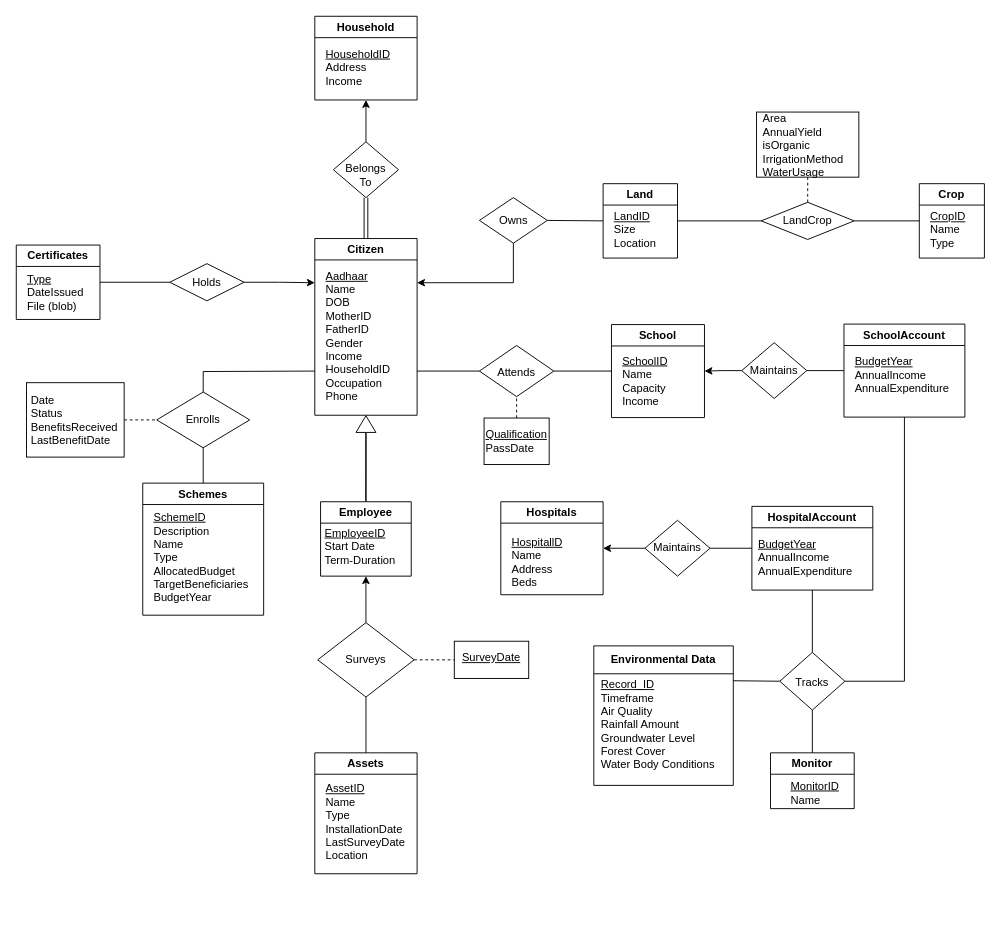
This is Entity_Relation_Diagram.drawio from RG-04/Gram-Panchayat-Management-System, a draw.io file, before an edit. Source tidied: cells renumbered, new cells numbered last; positions are measured from the earlier drawing's top-left corner, leaving out a move shared by most shapes. Both pictures are drawn from the tidied source at 93%, with x=0, y=0 at pixel (16, 16).
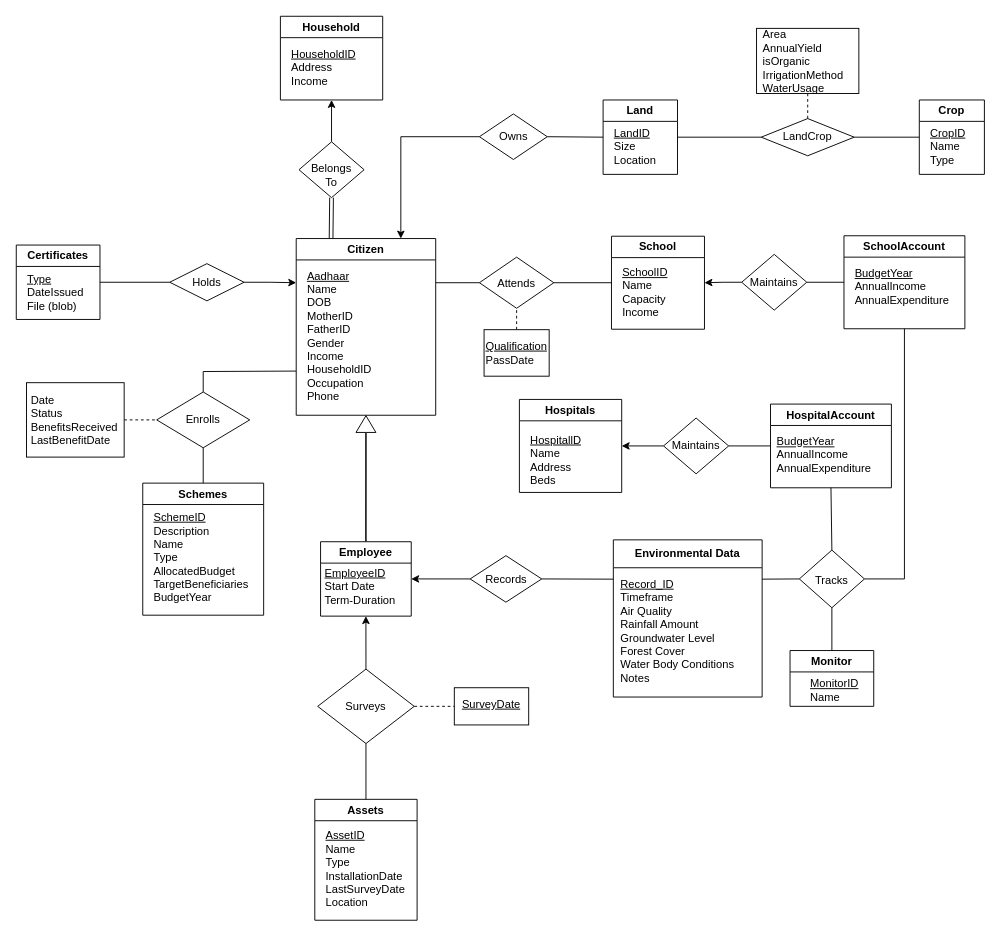
The same diagram, later.

Change to the diagram source:
```diff
@@
     <mxCell id="2" value="Citizen" style="swimlane;whiteSpace=wrap;html=1;" parent="1" vertex="1">
-      <mxGeometry x="321" y="239" width="110" height="190" as="geometry" />
+      <mxGeometry x="301" y="239" width="150" height="190" as="geometry" />
     </mxCell>
@@
     <mxCell id="4" value="Land" style="swimlane;whiteSpace=wrap;html=1;" parent="1" vertex="1">
-      <mxGeometry x="631" y="180" width="80" height="80" as="geometry" />
+      <mxGeometry x="631" y="90" width="80" height="80" as="geometry" />
     </mxCell>
@@
     <mxCell id="6" value="Household" style="swimlane;whiteSpace=wrap;html=1;" parent="1" vertex="1">
-      <mxGeometry x="321" width="110" height="90" as="geometry" />
+      <mxGeometry x="284" width="110" height="90" as="geometry" />
     </mxCell>
@@
     <mxCell id="8" value="School" style="swimlane;whiteSpace=wrap;html=1;" parent="1" vertex="1">
-      <mxGeometry x="640" y="331.5" width="100" height="100" as="geometry" />
+      <mxGeometry x="640" y="236.5" width="100" height="100" as="geometry" />
     </mxCell>
@@
     <mxCell id="10" value="Crop" style="swimlane;whiteSpace=wrap;html=1;" parent="1" vertex="1">
-      <mxGeometry x="971" y="180" width="70" height="80" as="geometry" />
+      <mxGeometry x="971" y="90" width="70" height="80" as="geometry" />
     </mxCell>
@@
     <mxCell id="12" value="SchoolAccount" style="swimlane;whiteSpace=wrap;html=1;" parent="1" vertex="1">
-      <mxGeometry x="890" y="331" width="130" height="100" as="geometry" />
+      <mxGeometry x="890" y="236" width="130" height="100" as="geometry" />
     </mxCell>
@@
     <mxCell id="14" value="HospitalAccount" style="swimlane;whiteSpace=wrap;html=1;" parent="1" vertex="1">
-      <mxGeometry x="791" y="527" width="130" height="90" as="geometry" />
+      <mxGeometry x="811" y="417" width="130" height="90" as="geometry" />
     </mxCell>
@@
     <mxCell id="16" value="Hospitals" style="swimlane;whiteSpace=wrap;html=1;" parent="1" vertex="1">
-      <mxGeometry x="521" y="522" width="110" height="100" as="geometry" />
+      <mxGeometry x="541" y="412" width="110" height="100" as="geometry" />
     </mxCell>
@@
     <mxCell id="20" value="Assets" style="swimlane;whiteSpace=wrap;html=1;startSize=23;" parent="1" vertex="1">
-      <mxGeometry x="321" y="792" width="110" height="130" as="geometry" />
+      <mxGeometry x="321" y="842" width="110" height="130" as="geometry" />
     </mxCell>
@@
     <mxCell id="22" value="Employee" style="swimlane;whiteSpace=wrap;html=1;" parent="1" vertex="1">
-      <mxGeometry x="327.2" y="522" width="97.5" height="80" as="geometry" />
+      <mxGeometry x="327.2" y="565" width="97.5" height="80" as="geometry" />
     </mxCell>
@@
     <mxCell id="25" style="rhombus;whiteSpace=wrap;html=1;" parent="1" vertex="1">
-      <mxGeometry x="801" y="200" width="100" height="40" as="geometry" />
+      <mxGeometry x="801" y="110" width="100" height="40" as="geometry" />
     </mxCell>
     <mxCell id="26" value="LandCrop" style="text;html=1;align=center;verticalAlign=middle;whiteSpace=wrap;rounded=0;" parent="1" vertex="1">
-      <mxGeometry x="821" y="210" width="60" height="20" as="geometry" />
+      <mxGeometry x="821" y="120" width="60" height="20" as="geometry" />
     </mxCell>
@@
     <mxCell id="30" style="rounded=0;whiteSpace=wrap;html=1;" parent="1" vertex="1">
-      <mxGeometry x="796" y="103" width="110" height="70" as="geometry" />
+      <mxGeometry x="796" y="13" width="110" height="70" as="geometry" />
     </mxCell>
     <mxCell id="31" value="&lt;div&gt;Area&lt;/div&gt;&lt;div&gt;&lt;span style=&quot;background-color: transparent; color: light-dark(rgb(0, 0, 0), rgb(255, 255, 255));&quot;&gt;AnnualYield&lt;/span&gt;&lt;/div&gt;&lt;div&gt;&lt;span style=&quot;background-color: transparent; color: light-dark(rgb(0, 0, 0), rgb(255, 255, 255));&quot;&gt;isOrganic&lt;/span&gt;&lt;/div&gt;&lt;div&gt;&lt;span style=&quot;background-color: transparent; color: light-dark(rgb(0, 0, 0), rgb(255, 255, 255));&quot;&gt;IrrigationMethod&lt;/span&gt;&lt;/div&gt;&lt;div&gt;&lt;span style=&quot;background-color: transparent; color: light-dark(rgb(0, 0, 0), rgb(255, 255, 255));&quot;&gt;WaterUsage&lt;/span&gt;&lt;/div&gt;&lt;div&gt;&lt;br&gt;&lt;/div&gt;" style="text;html=1;align=left;verticalAlign=middle;whiteSpace=wrap;rounded=0;" parent="1" vertex="1">
-      <mxGeometry x="801" y="118" width="100" height="55" as="geometry" />
+      <mxGeometry x="801" y="28" width="100" height="55" as="geometry" />
     </mxCell>
@@
     <mxCell id="33" style="rhombus;whiteSpace=wrap;html=1;" parent="1" vertex="1">
-      <mxGeometry x="324.1" y="652" width="103.8" height="80" as="geometry" />
+      <mxGeometry x="324.1" y="702" width="103.8" height="80" as="geometry" />
     </mxCell>
     <mxCell id="34" value="&lt;div&gt;Surveys&lt;/div&gt;" style="text;html=1;align=center;verticalAlign=middle;whiteSpace=wrap;rounded=0;" parent="1" vertex="1">
-      <mxGeometry x="341.9" y="674.5" width="68.1" height="35" as="geometry" />
+      <mxGeometry x="341.9" y="724.5" width="68.1" height="35" as="geometry" />
     </mxCell>
@@
     <mxCell id="36" style="rounded=0;whiteSpace=wrap;html=1;" parent="1" vertex="1">
-      <mxGeometry x="471" y="672" width="80" height="40" as="geometry" />
+      <mxGeometry x="471" y="722" width="80" height="40" as="geometry" />
     </mxCell>
     <mxCell id="37" value="&lt;u&gt;SurveyDate&lt;/u&gt;" style="text;html=1;align=center;verticalAlign=middle;whiteSpace=wrap;rounded=0;" parent="1" vertex="1">
-      <mxGeometry x="481" y="674.5" width="60" height="30" as="geometry" />
+      <mxGeometry x="481" y="724.5" width="60" height="30" as="geometry" />
     </mxCell>
@@
     <mxCell id="39" style="rhombus;whiteSpace=wrap;html=1;" parent="1" vertex="1">
-      <mxGeometry x="780" y="351" width="70" height="60" as="geometry" />
+      <mxGeometry x="780" y="256" width="70" height="60" as="geometry" />
     </mxCell>
     <mxCell id="40" value="Maintains" style="text;html=1;align=center;verticalAlign=middle;whiteSpace=wrap;rounded=0;" parent="1" vertex="1">
-      <mxGeometry x="785" y="366" width="60" height="30" as="geometry" />
+      <mxGeometry x="785" y="271" width="60" height="30" as="geometry" />
     </mxCell>
@@
     <mxCell id="43" style="rhombus;whiteSpace=wrap;html=1;" parent="1" vertex="1">
-      <mxGeometry x="676" y="542" width="70" height="60" as="geometry" />
+      <mxGeometry x="696" y="432" width="70" height="60" as="geometry" />
     </mxCell>
     <mxCell id="44" value="Maintains" style="text;html=1;align=center;verticalAlign=middle;whiteSpace=wrap;rounded=0;" parent="1" vertex="1">
-      <mxGeometry x="681" y="557" width="60" height="30" as="geometry" />
+      <mxGeometry x="701" y="447" width="60" height="30" as="geometry" />
     </mxCell>
@@
     <mxCell id="47" style="rhombus;whiteSpace=wrap;html=1;" parent="1" vertex="1">
-      <mxGeometry x="341" y="135" width="70" height="60" as="geometry" />
+      <mxGeometry x="304" y="135" width="70" height="60" as="geometry" />
     </mxCell>
     <mxCell id="48" value="Belongs To" style="text;html=1;align=center;verticalAlign=middle;whiteSpace=wrap;rounded=0;" parent="1" vertex="1">
-      <mxGeometry x="346" y="156" width="60" height="30" as="geometry" />
+      <mxGeometry x="309" y="156" width="60" height="30" as="geometry" />
     </mxCell>
-    <mxCell id="49" style="shape=link;html=1;rounded=0;exitX=0.5;exitY=0;exitDx=0;exitDy=0;entryX=0.5;entryY=1;entryDx=0;entryDy=0;" parent="1" edge="1" source="2" target="47">
+    <mxCell id="49" style="shape=link;html=1;rounded=0;exitX=0.25;exitY=0;exitDx=0;exitDy=0;entryX=0.5;entryY=1;entryDx=0;entryDy=0;" parent="1" edge="1" source="2" target="47">
       <mxGeometry relative="1" as="geometry" />
     </mxCell>
     <mxCell id="50" style="rhombus;whiteSpace=wrap;html=1;" parent="1" vertex="1">
-      <mxGeometry x="498" y="354" width="80" height="55" as="geometry" />
+      <mxGeometry x="498" y="259" width="80" height="55" as="geometry" />
     </mxCell>
     <mxCell id="51" value="Attends" style="text;html=1;align=center;verticalAlign=middle;whiteSpace=wrap;rounded=0;" parent="1" vertex="1">
-      <mxGeometry x="508" y="367.5" width="60" height="30" as="geometry" />
+      <mxGeometry x="508" y="272.5" width="60" height="30" as="geometry" />
     </mxCell>
@@
-    <mxCell id="53" style="endArrow=none;html=1;rounded=0;entryX=0;entryY=0.5;entryDx=0;entryDy=0;exitX=1;exitY=0.75;exitDx=0;exitDy=0;" parent="1" edge="1" source="2" target="50">
+    <mxCell id="53" style="endArrow=none;html=1;rounded=0;entryX=0;entryY=0.5;entryDx=0;entryDy=0;exitX=1;exitY=0.25;exitDx=0;exitDy=0;" parent="1" edge="1" source="2" target="50">
       <mxGeometry relative="1" as="geometry" />
     </mxCell>
     <mxCell id="54" style="endArrow=none;dashed=1;html=1;rounded=0;entryX=0.5;entryY=1;entryDx=0;entryDy=0;" parent="1" edge="1" target="50">
       <mxGeometry relative="1" as="geometry">
-        <mxPoint x="538" y="432" as="sourcePoint" />
+        <mxPoint x="538" y="337" as="sourcePoint" />
       </mxGeometry>
     </mxCell>
     <mxCell id="55" style="rounded=0;whiteSpace=wrap;html=1;" parent="1" vertex="1">
-      <mxGeometry x="503" y="432" width="70" height="50" as="geometry" />
+      <mxGeometry x="503" y="337" width="70" height="50" as="geometry" />
     </mxCell>
     <mxCell id="56" value="&lt;u&gt;Qualification&lt;/u&gt;&lt;div&gt;PassDate&lt;/div&gt;" style="text;html=1;align=left;verticalAlign=middle;whiteSpace=wrap;rounded=0;" parent="1" vertex="1">
-      <mxGeometry x="503" y="437" width="75" height="40" as="geometry" />
+      <mxGeometry x="503" y="342" width="75" height="40" as="geometry" />
     </mxCell>
@@
     <mxCell id="67" style="rhombus;whiteSpace=wrap;html=1;" parent="1" vertex="1">
-      <mxGeometry x="498" y="195" width="73" height="49" as="geometry" />
+      <mxGeometry x="498" y="105" width="73" height="49" as="geometry" />
     </mxCell>
@@
-    <mxCell id="69" style="edgeStyle=orthogonalEdgeStyle;rounded=0;jettySize=auto;html=1;entryX=1;entryY=0.25;entryDx=0;entryDy=0;exitX=0.5;exitY=1;exitDx=0;exitDy=0;" parent="1" edge="1" source="67" target="2">
+    <mxCell id="69" style="edgeStyle=orthogonalEdgeStyle;rounded=0;jettySize=auto;html=1;entryX=0.75;entryY=0;entryDx=0;entryDy=0;exitX=0;exitY=0.5;exitDx=0;exitDy=0;" parent="1" edge="1" source="67" target="2">
       <mxGeometry relative="1" as="geometry" />
     </mxCell>
     <mxCell id="70" value="Owns" style="text;html=1;align=center;verticalAlign=middle;whiteSpace=wrap;rounded=0;" parent="1" vertex="1">
-      <mxGeometry x="504.5" y="204.5" width="60" height="30" as="geometry" />
+      <mxGeometry x="504.5" y="114.5" width="60" height="30" as="geometry" />
     </mxCell>
@@
     <mxCell id="76" style="rhombus;whiteSpace=wrap;html=1;" parent="1" vertex="1">
-      <mxGeometry x="821" y="684" width="70" height="62" as="geometry" />
+      <mxGeometry x="842" y="574" width="70" height="62" as="geometry" />
     </mxCell>
@@
     <mxCell id="78" style="endArrow=none;html=1;rounded=0;entryX=0.5;entryY=1;entryDx=0;entryDy=0;exitX=1;exitY=0.5;exitDx=0;exitDy=0;" parent="1" edge="1" source="76" target="12">
       <mxGeometry relative="1" as="geometry">
         <Array as="points">
-          <mxPoint x="955" y="715" />
+          <mxPoint x="955" y="605" />
         </Array>
       </mxGeometry>
     </mxCell>
@@
     <mxCell id="80" value="Environmental Data" style="swimlane;whiteSpace=wrap;html=1;startSize=30;" parent="1" vertex="1">
-      <mxGeometry x="621" y="677" width="150" height="150" as="geometry" />
+      <mxGeometry x="642" y="563" width="160" height="169" as="geometry" />
     </mxCell>
-    <mxCell id="81" value="&lt;div&gt;&lt;u&gt;Record_ID&lt;/u&gt;&lt;/div&gt;&lt;div&gt;Timeframe&lt;/div&gt;Air Quality&lt;div&gt;Rainfall Amount&lt;/div&gt;&lt;div&gt;Groundwater Level&lt;/div&gt;&lt;div&gt;Forest Cover&lt;/div&gt;&lt;div&gt;Water Body Conditions&lt;/div&gt;" style="text;html=1;align=left;verticalAlign=middle;whiteSpace=wrap;rounded=0;" parent="80" vertex="1">
-      <mxGeometry x="5.5" y="27.5" width="139" height="115" as="geometry" />
+    <mxCell id="81" value="&lt;div&gt;&lt;u&gt;Record_ID&lt;/u&gt;&lt;/div&gt;&lt;div&gt;Timeframe&lt;/div&gt;Air Quality&lt;div&gt;Rainfall Amount&lt;/div&gt;&lt;div&gt;Groundwater Level&lt;/div&gt;&lt;div&gt;Forest Cover&lt;/div&gt;&lt;div&gt;Water Body Conditions&lt;/div&gt;&lt;div&gt;&lt;span style=&quot;background-color: transparent; color: light-dark(rgb(0, 0, 0), rgb(255, 255, 255));&quot;&gt;Notes&lt;/span&gt;&lt;/div&gt;" style="text;html=1;align=left;verticalAlign=middle;whiteSpace=wrap;rounded=0;" parent="80" vertex="1">
+      <mxGeometry x="5.5" y="31.5" width="154.5" height="132.5" as="geometry" />
     </mxCell>
     <mxCell id="82" value="Tracks" style="text;html=1;align=center;verticalAlign=middle;whiteSpace=wrap;rounded=0;" parent="1" vertex="1">
-      <mxGeometry x="826" y="702" width="60" height="30" as="geometry" />
+      <mxGeometry x="847" y="592" width="60" height="30" as="geometry" />
     </mxCell>
     <mxCell id="83" value="Monitor" style="swimlane;whiteSpace=wrap;html=1;" parent="1" vertex="1">
-      <mxGeometry x="811" y="792" width="90" height="60" as="geometry" />
+      <mxGeometry x="832" y="682" width="90" height="60" as="geometry" />
     </mxCell>
@@
+    <mxCell id="86" style="edgeStyle=orthogonalEdgeStyle;rounded=0;jettySize=auto;html=1;entryX=1;entryY=0.5;entryDx=0;entryDy=0;" parent="1" edge="1" source="87" target="22">
+      <mxGeometry relative="1" as="geometry" />
+    </mxCell>
+    <mxCell id="87" style="rhombus;whiteSpace=wrap;html=1;" parent="1" vertex="1">
+      <mxGeometry x="488" y="580" width="77" height="50" as="geometry" />
+    </mxCell>
+    <mxCell id="88" value="Records" style="text;html=1;align=center;verticalAlign=middle;whiteSpace=wrap;rounded=0;" parent="1" vertex="1">
+      <mxGeometry x="497" y="591" width="60" height="30" as="geometry" />
+    </mxCell>
+    <mxCell id="89" style="endArrow=none;html=1;rounded=0;entryX=0;entryY=0.25;entryDx=0;entryDy=0;exitX=1;exitY=0.5;exitDx=0;exitDy=0;" parent="1" edge="1" source="87" target="80">
+      <mxGeometry relative="1" as="geometry" />
+    </mxCell>
```
